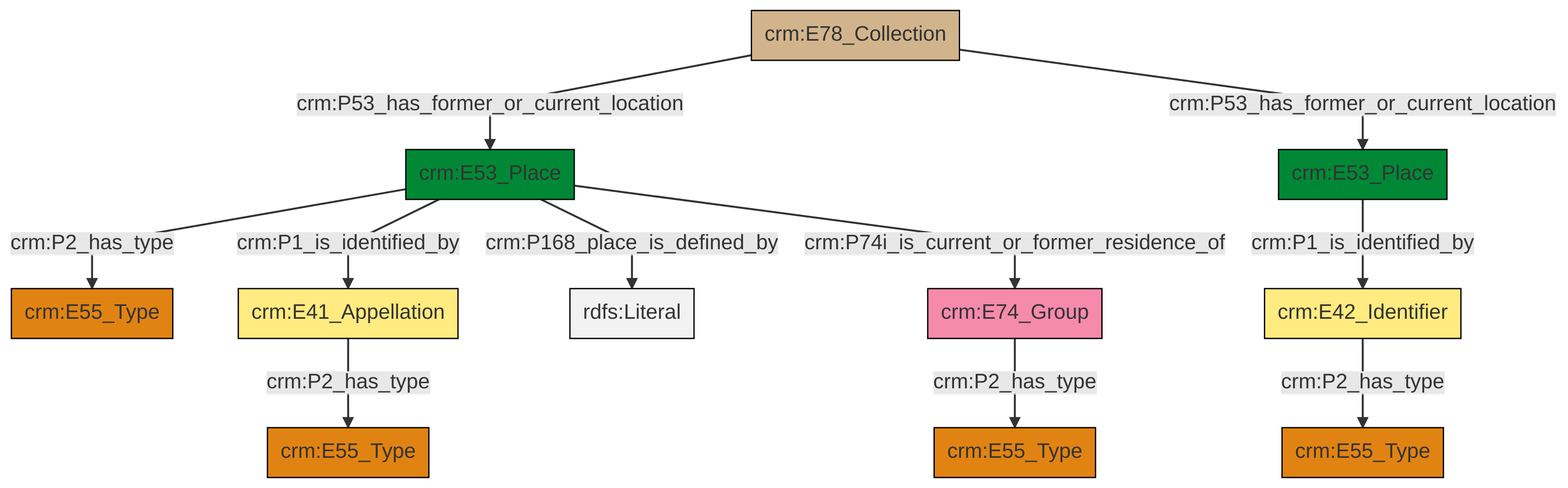
Before: et/archivalCSV/ttl/mmd/png/archival_location.png, a diagram exported from Mermaid (swiss-art-research-net/docs.swissartresearch). Its source is kept beside it as et/archivalCSV/ttl/mmd/archival_location.ttl.mmd.
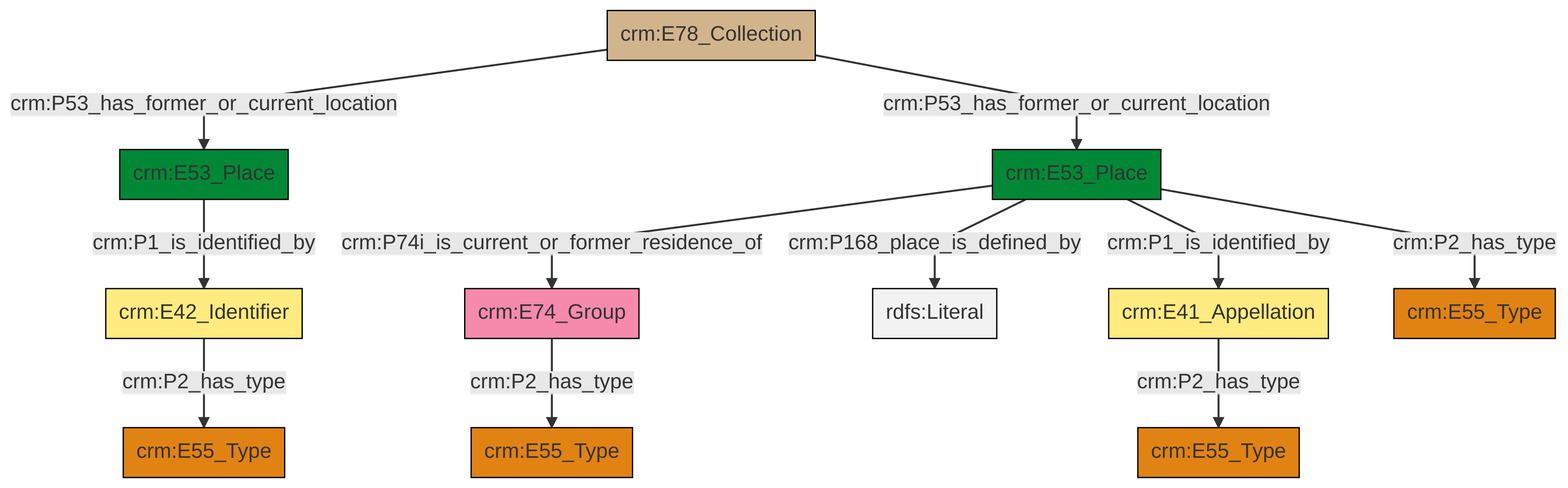
Later version of the same file.

What changed in the source:
```diff
@@ -13,13 +13,13 @@
 classDef PC_Classes fill:#4ce600, stroke:#000000;
 classDef Multi fill:#cccccc,stroke:#000000;
 
-0["crm:E53_Place"]:::Place -->|crm:P1_is_identified_by| 1["crm:E42_Identifier"]:::Appellation
-2["crm:E53_Place"]:::Place -->|crm:P2_has_type| 3["crm:E55_Type"]:::Type
-4["crm:E78_Collection"]:::Physical_Thing -->|crm:P53_has_former_or_current_location| 2["crm:E53_Place"]:::Place
-4["crm:E78_Collection"]:::Physical_Thing -->|crm:P53_has_former_or_current_location| 0["crm:E53_Place"]:::Place
-9["crm:E74_Group"]:::Actor -->|crm:P2_has_type| 10["crm:E55_Type"]:::Type
-11["crm:E41_Appellation"]:::Appellation -->|crm:P2_has_type| 5["crm:E55_Type"]:::Type
-2["crm:E53_Place"]:::Place -->|crm:P1_is_identified_by| 11["crm:E41_Appellation"]:::Appellation
-1["crm:E42_Identifier"]:::Appellation -->|crm:P2_has_type| 15["crm:E55_Type"]:::Type
-2["crm:E53_Place"]:::Place -->|crm:P168_place_is_defined_by| 23[rdfs:Literal]:::Literal
-2["crm:E53_Place"]:::Place -->|crm:P74i_is_current_or_former_residence_of| 9["crm:E74_Group"]:::Actor
+4["crm:E78_Collection"]:::Physical_Thing -->|crm:P53_has_former_or_current_location| 5["crm:E53_Place"]:::Place
+6["crm:E53_Place"]:::Place -->|crm:P74i_is_current_or_former_residence_of| 7["crm:E74_Group"]:::Actor
+6["crm:E53_Place"]:::Place -->|crm:P168_place_is_defined_by| 12[rdfs:Literal]:::Literal
+2["crm:E41_Appellation"]:::Appellation -->|crm:P2_has_type| 13["crm:E55_Type"]:::Type
+5["crm:E53_Place"]:::Place -->|crm:P1_is_identified_by| 16["crm:E42_Identifier"]:::Appellation
+6["crm:E53_Place"]:::Place -->|crm:P1_is_identified_by| 2["crm:E41_Appellation"]:::Appellation
+6["crm:E53_Place"]:::Place -->|crm:P2_has_type| 21["crm:E55_Type"]:::Type
+7["crm:E74_Group"]:::Actor -->|crm:P2_has_type| 0["crm:E55_Type"]:::Type
+4["crm:E78_Collection"]:::Physical_Thing -->|crm:P53_has_former_or_current_location| 6["crm:E53_Place"]:::Place
+16["crm:E42_Identifier"]:::Appellation -->|crm:P2_has_type| 18["crm:E55_Type"]:::Type
```
